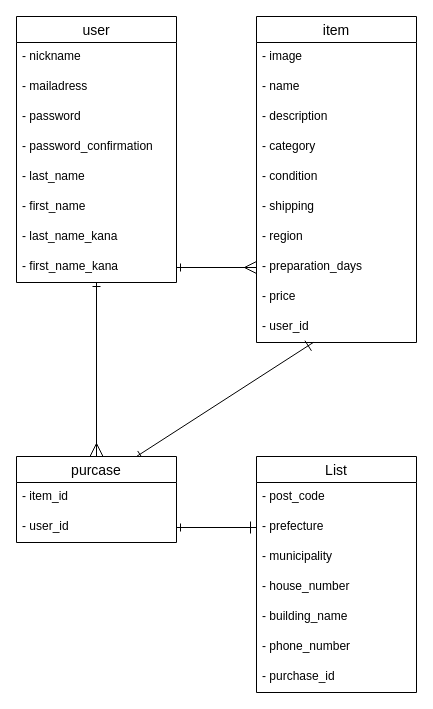
Earlier version of the draw.io diagram ir.dio (yanagi1111/furima-41476). Source tidied: cells renumbered, new cells numbered last; positions are measured from the earlier drawing's top-left corner, leaving out a move shared by most shapes. Both pictures are drawn from the tidied source at 100%, with x=0, y=0 at pixel (16, 16).
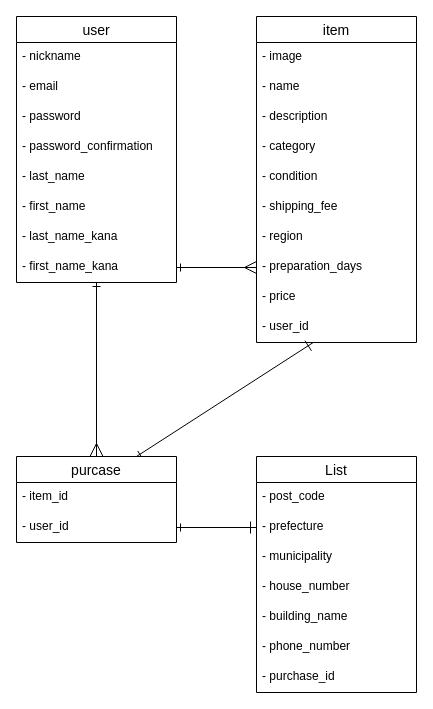
After the change.

Unchanged cells that the change refers to:
```xml
<mxCell id="2" value="user" style="swimlane;fontStyle=0;horizontal=1;startSize=26;align=center;fontSize=14;" parent="1" vertex="1">
  <mxGeometry width="160" height="266" as="geometry" />
</mxCell>
<mxCell id="11" value="item" style="swimlane;fontStyle=0;horizontal=1;startSize=26;align=center;fontSize=14;" parent="1" vertex="1">
  <mxGeometry x="240" width="160" height="326" as="geometry" />
</mxCell>
```

Diff of the diagram source:
```diff
@@
-    <mxCell id="4" value="- mailadress" style="text;strokeColor=none;fillColor=none;spacingLeft=4;spacingRight=4;overflow=hidden;fontSize=12;" parent="2" vertex="1">
+    <mxCell id="4" value="- email" style="text;strokeColor=none;fillColor=none;spacingLeft=4;spacingRight=4;overflow=hidden;fontSize=12;" parent="2" vertex="1">
       <mxGeometry y="56" width="160" height="30" as="geometry" />
     </mxCell>
@@
-    <mxCell id="17" value="- shipping" style="text;strokeColor=none;fillColor=none;spacingLeft=4;spacingRight=4;overflow=hidden;fontSize=12;" parent="11" vertex="1">
+    <mxCell id="17" value="- shipping_fee" style="text;strokeColor=none;fillColor=none;spacingLeft=4;spacingRight=4;overflow=hidden;fontSize=12;" parent="11" vertex="1">
       <mxGeometry y="176" width="160" height="30" as="geometry" />
     </mxCell>
```
